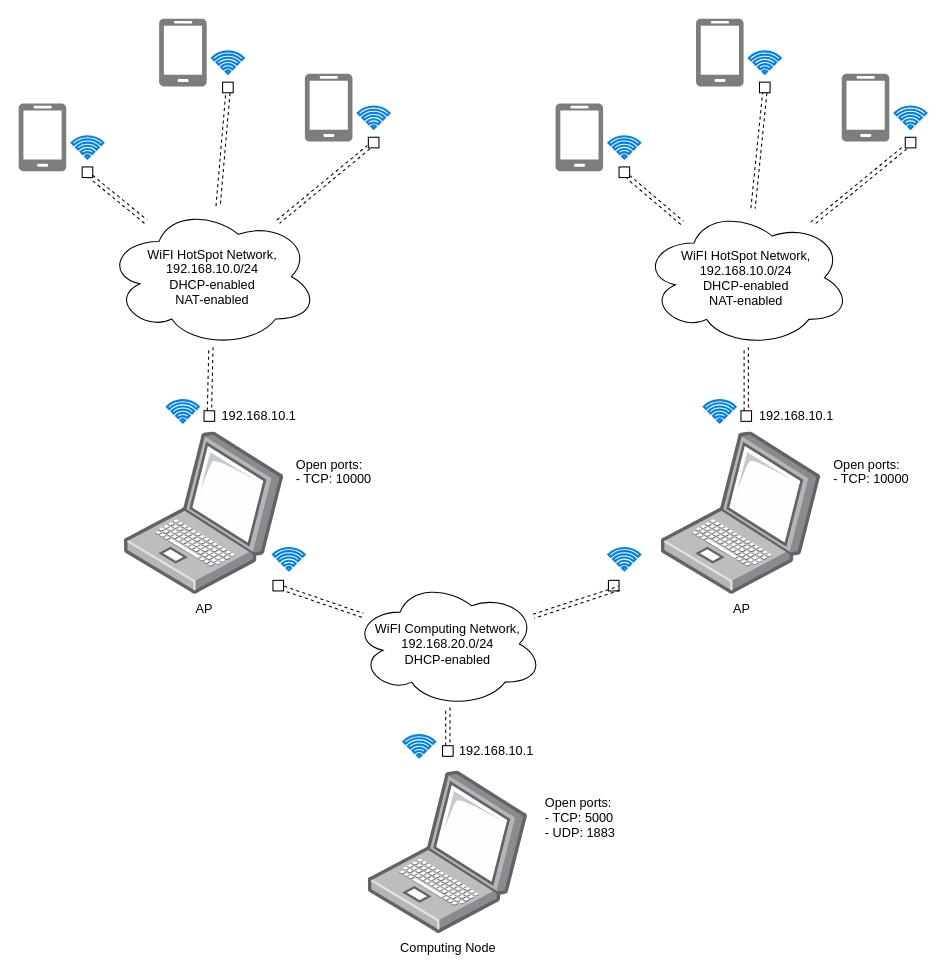
The draw.io diagram page "Network_Diagram" (3 of 3) of docs/experiment/sections/images/Deployment Diagram.drawio in Kirkirillka/GPS_Tracker, before the edit. Source tidied: cells renumbered, new cells numbered last; positions are measured from the earlier drawing's top-left corner, leaving out a move shared by most shapes. Both pictures are drawn from the tidied source at 106%, with x=0, y=0 at pixel (18, 18).
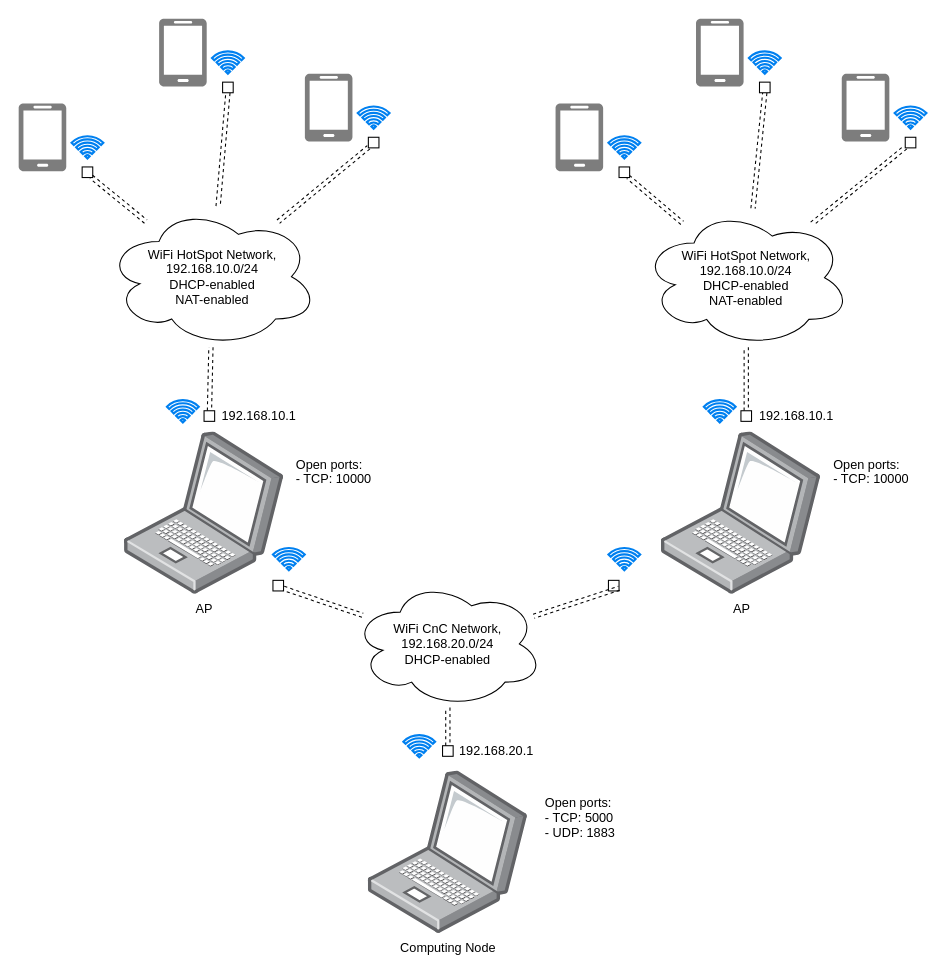
The same diagram, later.

Diff of the diagram source:
```diff
@@
-    <mxCell id="6" value="WiFI HotSpot Network,&lt;br&gt;192.168.10.0/24&lt;br&gt;DHCP-enabled&lt;br&gt;NAT-enabled&lt;br&gt;" style="ellipse;shape=cloud;whiteSpace=wrap;html=1;" parent="1" vertex="1">
+    <mxCell id="6" value="WiFi HotSpot Network,&lt;br&gt;192.168.10.0/24&lt;br&gt;DHCP-enabled&lt;br&gt;NAT-enabled&lt;br&gt;" style="ellipse;shape=cloud;whiteSpace=wrap;html=1;" parent="1" vertex="1">
       <mxGeometry x="82.5" y="177" width="200" height="133" as="geometry" />
     </mxCell>
@@
-    <mxCell id="26" value="WiFI Computing Network,&lt;br&gt;192.168.20.0/24&lt;br&gt;DHCP-enabled&lt;br&gt;" style="ellipse;shape=cloud;whiteSpace=wrap;html=1;" parent="1" vertex="1">
+    <mxCell id="26" value="WiFi CnC Network,&lt;br&gt;192.168.20.0/24&lt;br&gt;DHCP-enabled&lt;br&gt;" style="ellipse;shape=cloud;whiteSpace=wrap;html=1;" parent="1" vertex="1">
       <mxGeometry x="315" y="530" width="180" height="120" as="geometry" />
     </mxCell>
@@
-    <mxCell id="28" value="192.168.10.1" style="text;html=1;align=left;verticalAlign=top;spacingTop=-4;" parent="1" vertex="1">
+    <mxCell id="28" value="192.168.20.1" style="text;html=1;align=left;verticalAlign=top;spacingTop=-4;" parent="1" vertex="1">
       <mxGeometry x="414" y="681" width="90" height="20" as="geometry" />
     </mxCell>
@@
-    <mxCell id="38" value="WiFI HotSpot Network,&lt;br&gt;192.168.10.0/24&lt;br&gt;DHCP-enabled&lt;br&gt;NAT-enabled&lt;br&gt;" style="ellipse;shape=cloud;whiteSpace=wrap;html=1;" parent="1" vertex="1">
+    <mxCell id="38" value="WiFi HotSpot Network,&lt;br&gt;192.168.10.0/24&lt;br&gt;DHCP-enabled&lt;br&gt;NAT-enabled&lt;br&gt;" style="ellipse;shape=cloud;whiteSpace=wrap;html=1;" parent="1" vertex="1">
       <mxGeometry x="588" y="179" width="197" height="131" as="geometry" />
     </mxCell>
```
